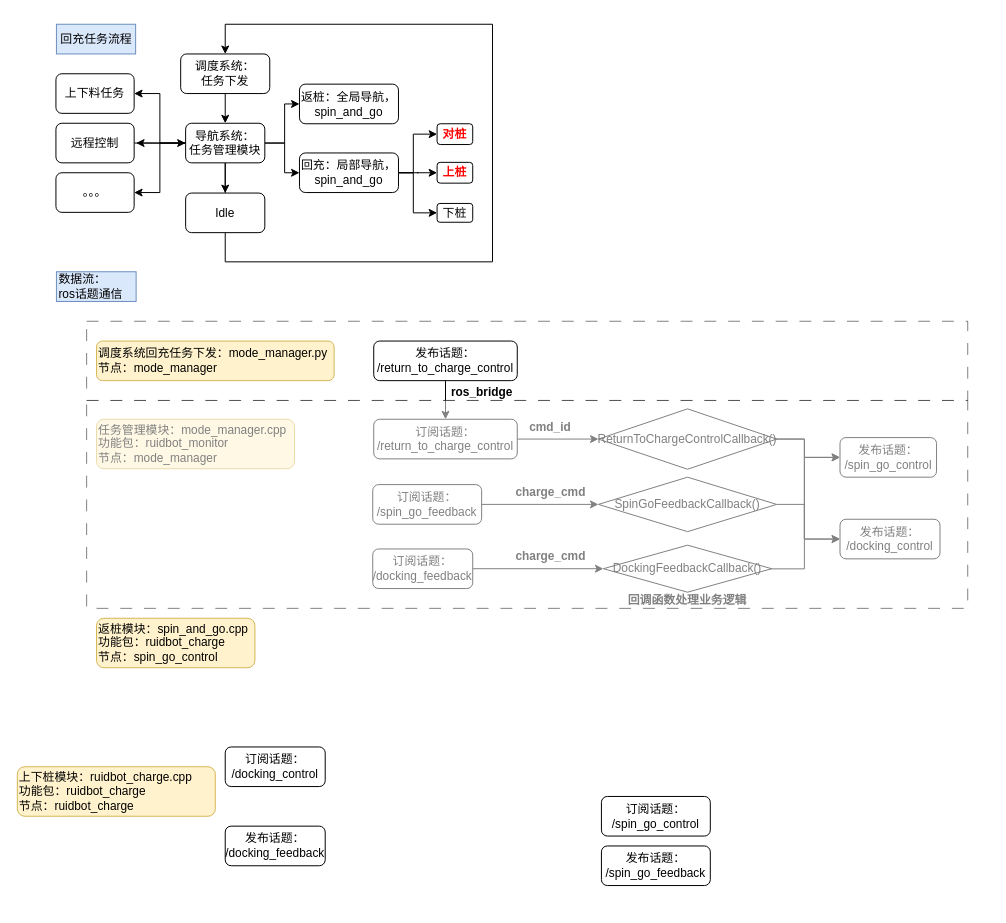
Before: 未命名绘图.drawio in hitytqsz/learngit, a draw.io diagram. Source tidied: cells renumbered, new cells numbered last; positions are measured from the earlier drawing's top-left corner, leaving out a move shared by most shapes. Both pictures are drawn from the tidied source at 99%, with x=0, y=0 at pixel (17, 24).
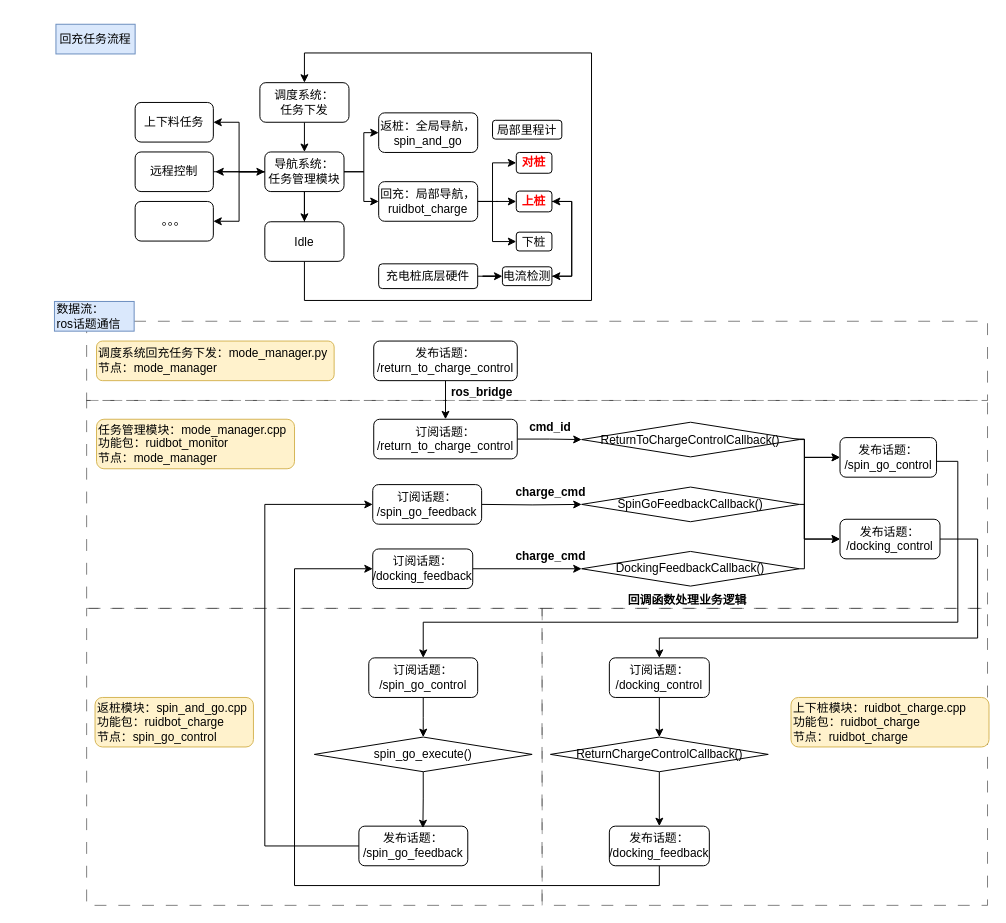
After the change.

The change refers to these unchanged cells:
```xml
<mxCell id="30" value="发布话题：&lt;div&gt;/spin_go_control&lt;/div&gt;" style="rounded=1;whiteSpace=wrap;html=1;fontSize=12;glass=0;strokeWidth=1;shadow=0;" parent="1" vertex="1">
  <mxGeometry x="831" y="417.5" width="97.5" height="40" as="geometry" />
</mxCell>
<mxCell id="32" value="发布话题：&lt;div&gt;/docking_control&lt;/div&gt;" style="rounded=1;whiteSpace=wrap;html=1;fontSize=12;glass=0;strokeWidth=1;shadow=0;" parent="1" vertex="1">
  <mxGeometry x="831" y="500" width="101" height="40" as="geometry" />
</mxCell>
<mxCell id="40" value="订阅话题：&lt;div&gt;/docking_feedback&lt;/div&gt;" style="rounded=1;whiteSpace=wrap;html=1;fontSize=12;glass=0;strokeWidth=1;shadow=0;" parent="1" vertex="1">
  <mxGeometry x="359" y="530" width="101" height="40" as="geometry" />
</mxCell>
<mxCell id="42" value="订阅话题：&lt;div&gt;/spin_go_feedback&lt;/div&gt;" style="rounded=1;whiteSpace=wrap;html=1;fontSize=12;glass=0;strokeWidth=1;shadow=0;" parent="1" vertex="1">
  <mxGeometry x="359" y="465" width="110" height="40" as="geometry" />
</mxCell>
```

What changed in the source:
```diff
@@
+    <mxCell id="59" style="rounded=0;whiteSpace=wrap;html=1;dashed=1;dashPattern=12 12;strokeWidth=1;perimeterSpacing=1;opacity=50;" parent="1" vertex="1">
+      <mxGeometry x="530" y="590" width="450" height="300" as="geometry" />
+    </mxCell>
+    <mxCell id="60" style="rounded=0;whiteSpace=wrap;html=1;dashed=1;dashPattern=12 12;strokeWidth=1;perimeterSpacing=1;opacity=50;" parent="1" vertex="1">
+      <mxGeometry x="70" y="590" width="460" height="300" as="geometry" />
+    </mxCell>
+    <mxCell id="58" style="rounded=0;whiteSpace=wrap;html=1;dashed=1;dashPattern=12 12;strokeWidth=1;perimeterSpacing=1;opacity=50;" parent="1" vertex="1">
+      <mxGeometry x="70" y="380" width="910" height="210" as="geometry" />
+    </mxCell>
     <mxCell id="2" style="rounded=0;whiteSpace=wrap;html=1;dashed=1;dashPattern=12 12;strokeWidth=1;perimeterSpacing=1;opacity=50;" parent="1" vertex="1">
-      <mxGeometry x="70" y="300" width="890" height="80" as="geometry" />
+      <mxGeometry x="70" y="300" width="910" height="80" as="geometry" />
     </mxCell>
     <mxCell id="3" style="edgeStyle=orthogonalEdgeStyle;rounded=0;jettySize=auto;html=1;entryX=0.5;entryY=0;entryDx=0;entryDy=0;" parent="1" edge="1" source="4">
       <mxGeometry relative="1" as="geometry">
-        <mxPoint x="210" y="100" as="targetPoint" />
+        <mxPoint x="290" y="129" as="targetPoint" />
       </mxGeometry>
     </mxCell>
     <mxCell id="4" value="调度系统：&lt;div&gt;任务下发&lt;/div&gt;" style="rounded=1;whiteSpace=wrap;html=1;fontSize=12;glass=0;strokeWidth=1;shadow=0;" parent="1" vertex="1">
-      <mxGeometry x="165" y="30" width="90" height="40" as="geometry" />
+      <mxGeometry x="245" y="59" width="90" height="40" as="geometry" />
     </mxCell>
@@
     <mxCell id="6" style="edgeStyle=orthogonalEdgeStyle;rounded=0;jettySize=auto;html=1;entryX=0.5;entryY=0;entryDx=0;entryDy=0;" parent="1" edge="1" target="9">
       <mxGeometry relative="1" as="geometry">
-        <mxPoint x="210" y="180" as="sourcePoint" />
+        <mxPoint x="290" y="209" as="sourcePoint" />
         <Array as="points">
-          <mxPoint x="210" y="140" />
-          <mxPoint x="210" y="140" />
+          <mxPoint x="290" y="169" />
+          <mxPoint x="290" y="169" />
         </Array>
       </mxGeometry>
     </mxCell>
     <mxCell id="7" value="返桩：全局导航，&lt;div&gt;spin_and_go&lt;/div&gt;" style="rounded=1;whiteSpace=wrap;html=1;fontSize=12;glass=0;strokeWidth=1;shadow=0;" parent="1" vertex="1">
-      <mxGeometry x="285" y="60.5" width="100" height="40" as="geometry" />
+      <mxGeometry x="365" y="89.5" width="100" height="40" as="geometry" />
     </mxCell>
     <mxCell id="8" style="edgeStyle=orthogonalEdgeStyle;rounded=0;jettySize=auto;html=1;entryX=0.5;entryY=0;entryDx=0;entryDy=0;" parent="1" edge="1" source="9" target="4">
       <mxGeometry relative="1" as="geometry">
         <Array as="points">
-          <mxPoint x="210" y="240" />
-          <mxPoint x="480" y="240" />
-          <mxPoint x="480" />
-          <mxPoint x="210" />
+          <mxPoint x="290" y="279" />
+          <mxPoint x="580" y="279" />
+          <mxPoint x="580" y="29" />
+          <mxPoint x="290" y="29" />
         </Array>
       </mxGeometry>
     </mxCell>
     <mxCell id="9" value="Idle" style="rounded=1;whiteSpace=wrap;html=1;fontSize=12;glass=0;strokeWidth=1;shadow=0;" parent="1" vertex="1">
-      <mxGeometry x="170" y="170.5" width="80" height="40" as="geometry" />
+      <mxGeometry x="250" y="199.5" width="80" height="40" as="geometry" />
     </mxCell>
+    <mxCell id="61" style="edgeStyle=orthogonalEdgeStyle;rounded=0;jettySize=auto;html=1;entryX=1;entryY=0.5;entryDx=0;entryDy=0;exitX=1;exitY=0.5;exitDx=0;exitDy=0;" parent="1" edge="1" source="12" target="69">
+      <mxGeometry relative="1" as="geometry">
+        <Array as="points">
+          <mxPoint x="560" y="179" />
+          <mxPoint x="560" y="255" />
+        </Array>
+      </mxGeometry>
+    </mxCell>
     <mxCell id="10" value="下桩" style="rounded=1;whiteSpace=wrap;html=1;fontSize=12;glass=0;strokeWidth=1;shadow=0;" parent="1" vertex="1">
-      <mxGeometry x="424" y="181" width="36" height="19" as="geometry" />
+      <mxGeometry x="504" y="210" width="36" height="19" as="geometry" />
     </mxCell>
     <mxCell id="11" value="&lt;b&gt;&lt;font color=&quot;#ff0000&quot;&gt;对桩&lt;/font&gt;&lt;/b&gt;" style="rounded=1;whiteSpace=wrap;html=1;fontSize=12;glass=0;strokeWidth=1;shadow=0;" parent="1" vertex="1">
-      <mxGeometry x="424" y="100.5" width="36" height="21" as="geometry" />
+      <mxGeometry x="504" y="129.5" width="36" height="21" as="geometry" />
     </mxCell>
     <mxCell id="12" value="&lt;font color=&quot;#ff0000&quot;&gt;&lt;b&gt;上桩&lt;/b&gt;&lt;/font&gt;" style="rounded=1;whiteSpace=wrap;html=1;fontSize=12;glass=0;strokeWidth=1;shadow=0;" parent="1" vertex="1">
-      <mxGeometry x="424" y="139.5" width="36" height="21" as="geometry" />
+      <mxGeometry x="504" y="168.5" width="36" height="21" as="geometry" />
     </mxCell>
@@
     <mxCell id="14" value="远程控制" style="rounded=1;whiteSpace=wrap;html=1;fontSize=12;glass=0;strokeWidth=1;shadow=0;" parent="1" vertex="1">
-      <mxGeometry x="39" y="100" width="79" height="40" as="geometry" />
+      <mxGeometry x="119" y="129" width="79" height="40" as="geometry" />
     </mxCell>
     <mxCell id="15" value="上下料任务" style="rounded=1;whiteSpace=wrap;html=1;fontSize=12;glass=0;strokeWidth=1;shadow=0;" parent="1" vertex="1">
-      <mxGeometry x="39" y="50" width="79" height="40" as="geometry" />
+      <mxGeometry x="119" y="79" width="79" height="40" as="geometry" />
     </mxCell>
@@
     <mxCell id="18" style="edgeStyle=orthogonalEdgeStyle;rounded=0;jettySize=auto;html=1;entryX=0;entryY=0.5;entryDx=0;entryDy=0;" parent="1" edge="1" source="20" target="11">
       <mxGeometry relative="1" as="geometry">
         <Array as="points">
-          <mxPoint x="400" y="150" />
-          <mxPoint x="400" y="111" />
+          <mxPoint x="480" y="179" />
+          <mxPoint x="480" y="140" />
         </Array>
       </mxGeometry>
     </mxCell>
     <mxCell id="19" style="edgeStyle=orthogonalEdgeStyle;rounded=0;jettySize=auto;html=1;entryX=0;entryY=0.5;entryDx=0;entryDy=0;" parent="1" edge="1" source="20" target="10">
       <mxGeometry relative="1" as="geometry">
         <Array as="points">
-          <mxPoint x="400" y="150" />
-          <mxPoint x="400" y="190" />
+          <mxPoint x="480" y="179" />
+          <mxPoint x="480" y="219" />
         </Array>
       </mxGeometry>
     </mxCell>
-    <mxCell id="20" value="回充：局部导航，&lt;div&gt;spin_and_go&lt;/div&gt;" style="rounded=1;whiteSpace=wrap;html=1;fontSize=12;glass=0;strokeWidth=1;shadow=0;" parent="1" vertex="1">
-      <mxGeometry x="285" y="130" width="100" height="40" as="geometry" />
+    <mxCell id="20" value="回充：局部导航，&lt;div&gt;ruidbot_charge&lt;/div&gt;" style="rounded=1;whiteSpace=wrap;html=1;fontSize=12;glass=0;strokeWidth=1;shadow=0;" parent="1" vertex="1">
+      <mxGeometry x="365" y="159" width="100" height="40" as="geometry" />
     </mxCell>
     <mxCell id="21" value="。。。" style="rounded=1;whiteSpace=wrap;html=1;fontSize=12;glass=0;strokeWidth=1;shadow=0;" parent="1" vertex="1">
-      <mxGeometry x="39" y="150" width="79" height="40" as="geometry" />
+      <mxGeometry x="119" y="179" width="79" height="40" as="geometry" />
     </mxCell>
     <mxCell id="22" value="回充任务流程" style="rounded=0;whiteSpace=wrap;html=1;fillColor=#dae8fc;strokeColor=#6c8ebf;" parent="1" vertex="1">
-      <mxGeometry x="39.5" width="80" height="30" as="geometry" />
+      <mxGeometry x="39" width="80" height="30" as="geometry" />
     </mxCell>
     <mxCell id="23" value="数据流：&lt;div&gt;ros话题通信&lt;/div&gt;" style="rounded=0;whiteSpace=wrap;html=1;fillColor=#dae8fc;strokeColor=#6c8ebf;align=left;" parent="1" vertex="1">
-      <mxGeometry x="39.5" y="250" width="80.5" height="30" as="geometry" />
+      <mxGeometry x="37.5" y="280" width="80.5" height="30" as="geometry" />
     </mxCell>
     <mxCell id="24" style="edgeStyle=orthogonalEdgeStyle;rounded=0;jettySize=auto;html=1;entryX=0;entryY=0.5;entryDx=0;entryDy=0;" parent="1" edge="1" source="27" target="7">
       <mxGeometry relative="1" as="geometry">
         <Array as="points">
-          <mxPoint x="270" y="120" />
-          <mxPoint x="270" y="81" />
+          <mxPoint x="350" y="149" />
+          <mxPoint x="350" y="110" />
         </Array>
       </mxGeometry>
     </mxCell>
     <mxCell id="25" style="edgeStyle=orthogonalEdgeStyle;rounded=0;jettySize=auto;html=1;" parent="1" edge="1" source="27">
       <mxGeometry relative="1" as="geometry">
-        <mxPoint x="120" y="120" as="targetPoint" />
+        <mxPoint x="200" y="149" as="targetPoint" />
       </mxGeometry>
     </mxCell>
@@
     <mxCell id="27" value="导航系统：&lt;div&gt;任务管理模块&lt;/div&gt;" style="rounded=1;whiteSpace=wrap;html=1;fontSize=12;glass=0;strokeWidth=1;shadow=0;" parent="1" vertex="1">
-      <mxGeometry x="170" y="100" width="80" height="40" as="geometry" />
+      <mxGeometry x="250" y="129" width="80" height="40" as="geometry" />
     </mxCell>
@@
+    <mxCell id="62" style="edgeStyle=orthogonalEdgeStyle;rounded=0;jettySize=auto;html=1;entryX=0.5;entryY=0;entryDx=0;entryDy=0;" parent="1" edge="1" target="34">
+      <mxGeometry relative="1" as="geometry">
+        <mxPoint x="928.5" y="441.5" as="sourcePoint" />
+        <Array as="points">
+          <mxPoint x="950" y="442" />
+          <mxPoint x="950" y="604" />
+          <mxPoint x="410" y="604" />
+        </Array>
+      </mxGeometry>
+    </mxCell>
@@
+    <mxCell id="63" style="edgeStyle=orthogonalEdgeStyle;rounded=0;jettySize=auto;html=1;entryX=0.5;entryY=0;entryDx=0;entryDy=0;" parent="1" edge="1" source="32" target="35">
+      <mxGeometry relative="1" as="geometry">
+        <Array as="points">
+          <mxPoint x="970" y="520" />
+          <mxPoint x="970" y="620" />
+          <mxPoint x="649" y="620" />
+        </Array>
+      </mxGeometry>
+    </mxCell>
@@
     <mxCell id="33" value="&lt;div&gt;返桩模块：spin_and_go.cpp&lt;/div&gt;&lt;div&gt;功能包：ruidbot_charge&lt;/div&gt;节点：spin_go_control" style="rounded=1;whiteSpace=wrap;html=1;fontSize=12;glass=0;strokeWidth=1;shadow=0;align=left;fillColor=#fff2cc;strokeColor=#d6b656;" parent="1" vertex="1">
-      <mxGeometry x="80" y="600" width="160" height="50" as="geometry" />
+      <mxGeometry x="78.5" y="680" width="160" height="50" as="geometry" />
     </mxCell>
+    <mxCell id="64" style="edgeStyle=orthogonalEdgeStyle;rounded=0;jettySize=auto;html=1;entryX=0.5;entryY=0;entryDx=0;entryDy=0;" parent="1" edge="1" source="34">
+      <mxGeometry relative="1" as="geometry">
+        <mxPoint x="410" y="720" as="targetPoint" />
+      </mxGeometry>
+    </mxCell>
     <mxCell id="34" value="订阅话题：&lt;div&gt;/spin_go_control&lt;/div&gt;" style="rounded=1;whiteSpace=wrap;html=1;fontSize=12;glass=0;strokeWidth=1;shadow=0;" parent="1" vertex="1">
-      <mxGeometry x="590" y="780" width="110" height="40" as="geometry" />
+      <mxGeometry x="355" y="640" width="110" height="40" as="geometry" />
     </mxCell>
+    <mxCell id="65" style="edgeStyle=orthogonalEdgeStyle;rounded=0;jettySize=auto;html=1;entryX=0.5;entryY=0;entryDx=0;entryDy=0;" parent="1" edge="1" source="35" target="75">
+      <mxGeometry relative="1" as="geometry" />
+    </mxCell>
     <mxCell id="35" value="订阅话题：&lt;div&gt;/docking_control&lt;/div&gt;" style="rounded=1;whiteSpace=wrap;html=1;fontSize=12;glass=0;strokeWidth=1;shadow=0;" parent="1" vertex="1">
-      <mxGeometry x="210" y="730" width="101" height="40" as="geometry" />
+      <mxGeometry x="598" y="640" width="101" height="40" as="geometry" />
     </mxCell>
+    <mxCell id="66" style="edgeStyle=orthogonalEdgeStyle;rounded=0;jettySize=auto;html=1;entryX=0;entryY=0.5;entryDx=0;entryDy=0;" parent="1" edge="1" source="36" target="42">
+      <mxGeometry relative="1" as="geometry">
+        <Array as="points">
+          <mxPoint x="250" y="830" />
+          <mxPoint x="250" y="485" />
+        </Array>
+      </mxGeometry>
+    </mxCell>
     <mxCell id="36" value="发布话题：&lt;div&gt;/spin_go_feedback&lt;/div&gt;" style="rounded=1;whiteSpace=wrap;html=1;fontSize=12;glass=0;strokeWidth=1;shadow=0;" parent="1" vertex="1">
-      <mxGeometry x="590" y="830" width="110" height="40" as="geometry" />
+      <mxGeometry x="345" y="810" width="110" height="40" as="geometry" />
     </mxCell>
     <mxCell id="37" value="&lt;div&gt;上下桩模块：ruidbot_charge.cpp&lt;/div&gt;&lt;div&gt;功能包：ruidbot_charge&lt;/div&gt;节点：ruidbot_charge" style="rounded=1;whiteSpace=wrap;html=1;fontSize=12;glass=0;strokeWidth=1;shadow=0;align=left;fillColor=#fff2cc;strokeColor=#d6b656;" parent="1" vertex="1">
-      <mxGeometry y="750" width="200" height="50" as="geometry" />
+      <mxGeometry x="781.5" y="680" width="200" height="50" as="geometry" />
     </mxCell>
+    <mxCell id="67" style="edgeStyle=orthogonalEdgeStyle;rounded=0;jettySize=auto;html=1;entryX=0;entryY=0.5;entryDx=0;entryDy=0;exitX=0.5;exitY=1;exitDx=0;exitDy=0;" parent="1" edge="1" source="38" target="40">
+      <mxGeometry relative="1" as="geometry">
+        <Array as="points">
+          <mxPoint x="649" y="870" />
+          <mxPoint x="280" y="870" />
+          <mxPoint x="280" y="550" />
+        </Array>
+      </mxGeometry>
+    </mxCell>
     <mxCell id="38" value="发布话题：&lt;div&gt;/docking_feedback&lt;/div&gt;" style="rounded=1;whiteSpace=wrap;html=1;fontSize=12;glass=0;strokeWidth=1;shadow=0;" parent="1" vertex="1">
-      <mxGeometry x="210" y="810" width="101" height="40" as="geometry" />
+      <mxGeometry x="598" y="810" width="101" height="40" as="geometry" />
     </mxCell>
@@
-    <mxCell id="41" style="edgeStyle=orthogonalEdgeStyle;rounded=0;jettySize=auto;html=1;entryX=0;entryY=0.5;entryDx=0;entryDy=0;" parent="1" edge="1" source="42" target="54">
-      <mxGeometry relative="1" as="geometry" />
+    <mxCell id="41" style="edgeStyle=orthogonalEdgeStyle;rounded=0;jettySize=auto;html=1;entryX=0;entryY=0.5;entryDx=0;entryDy=0;" parent="1" edge="1" target="54">
+      <mxGeometry relative="1" as="geometry">
+        <mxPoint x="469" y="485" as="sourcePoint" />
+      </mxGeometry>
     </mxCell>
@@
-    <mxCell id="51" style="edgeStyle=orthogonalEdgeStyle;rounded=0;jettySize=auto;html=1;entryX=0;entryY=0.5;entryDx=0;entryDy=0;" parent="1" edge="1" target="32">
+    <mxCell id="51" style="edgeStyle=orthogonalEdgeStyle;rounded=0;jettySize=auto;html=1;entryX=0;entryY=0.5;entryDx=0;entryDy=0;exitX=1;exitY=0.5;exitDx=0;exitDy=0;" parent="1" edge="1" source="52" target="32">
       <mxGeometry relative="1" as="geometry">
-        <mxPoint x="762" y="419" as="sourcePoint" />
         <Array as="points">
-          <mxPoint x="795" y="419" />
+          <mxPoint x="795" y="420" />
           <mxPoint x="795" y="520" />
         </Array>
       </mxGeometry>
     </mxCell>
     <mxCell id="52" value="&lt;div&gt;&lt;span style=&quot;text-align: left;&quot;&gt;ReturnToChargeControlCallback()&lt;/span&gt;&lt;/div&gt;" style="rhombus;whiteSpace=wrap;html=1;" parent="1" vertex="1">
-      <mxGeometry x="587" y="388.5" width="180" height="61" as="geometry" />
+      <mxGeometry x="570" y="402" width="220" height="35" as="geometry" />
     </mxCell>
-    <mxCell id="53" style="edgeStyle=orthogonalEdgeStyle;rounded=0;jettySize=auto;html=1;entryX=0;entryY=0.5;entryDx=0;entryDy=0;" parent="1" edge="1" source="54" target="32">
+    <mxCell id="53" style="edgeStyle=orthogonalEdgeStyle;rounded=0;jettySize=auto;html=1;entryX=0;entryY=0.5;entryDx=0;entryDy=0;exitX=1;exitY=0.5;exitDx=0;exitDy=0;" parent="1" edge="1" source="54" target="32">
       <mxGeometry relative="1" as="geometry">
         <Array as="points">
           <mxPoint x="795" y="485" />
           <mxPoint x="795" y="520" />
         </Array>
       </mxGeometry>
     </mxCell>
+    <mxCell id="55" style="edgeStyle=orthogonalEdgeStyle;rounded=0;jettySize=auto;html=1;entryX=0;entryY=0.5;entryDx=0;entryDy=0;exitX=1;exitY=0.5;exitDx=0;exitDy=0;" parent="1" edge="1" source="56" target="30">
+      <mxGeometry relative="1" as="geometry">
+        <Array as="points">
+          <mxPoint x="795" y="550" />
+          <mxPoint x="795" y="438" />
+        </Array>
+      </mxGeometry>
+    </mxCell>
+    <mxCell id="57" value="&lt;b&gt;回调函数处理业务逻辑&lt;/b&gt;" style="text;strokeColor=none;align=center;fillColor=none;html=1;verticalAlign=middle;whiteSpace=wrap;rounded=0;" parent="1" vertex="1">
+      <mxGeometry x="615.2" y="574" width="123.5" height="16" as="geometry" />
+    </mxCell>
+    <mxCell id="68" style="edgeStyle=orthogonalEdgeStyle;rounded=0;jettySize=auto;html=1;entryX=1;entryY=0.5;entryDx=0;entryDy=0;" parent="1" edge="1" source="69" target="12">
+      <mxGeometry relative="1" as="geometry">
+        <Array as="points">
+          <mxPoint x="560" y="254.5" />
+          <mxPoint x="560" y="179" />
+        </Array>
+      </mxGeometry>
+    </mxCell>
+    <mxCell id="69" value="电流检测" style="rounded=1;whiteSpace=wrap;html=1;fontSize=12;glass=0;strokeWidth=1;shadow=0;" parent="1" vertex="1">
+      <mxGeometry x="490" y="245" width="50" height="19" as="geometry" />
+    </mxCell>
+    <mxCell id="70" style="edgeStyle=orthogonalEdgeStyle;rounded=0;jettySize=auto;html=1;entryX=0;entryY=0.5;entryDx=0;entryDy=0;" parent="1" edge="1" source="71" target="69">
+      <mxGeometry relative="1" as="geometry" />
+    </mxCell>
+    <mxCell id="71" value="充电桩底层硬件" style="rounded=1;whiteSpace=wrap;html=1;fontSize=12;glass=0;strokeWidth=1;shadow=0;" parent="1" vertex="1">
+      <mxGeometry x="365" y="242" width="100" height="25" as="geometry" />
+    </mxCell>
+    <mxCell id="72" value="局部里程计" style="rounded=1;whiteSpace=wrap;html=1;fontSize=12;glass=0;strokeWidth=1;shadow=0;" parent="1" vertex="1">
+      <mxGeometry x="480" y="97" width="70" height="19" as="geometry" />
+    </mxCell>
+    <mxCell id="73" style="edgeStyle=orthogonalEdgeStyle;rounded=0;jettySize=auto;html=1;entryX=0.588;entryY=0.05;entryDx=0;entryDy=0;entryPerimeter=0;exitX=0.5;exitY=1;exitDx=0;exitDy=0;" parent="1" edge="1" source="76" target="36">
+      <mxGeometry relative="1" as="geometry" />
+    </mxCell>
+    <mxCell id="74" style="edgeStyle=orthogonalEdgeStyle;rounded=0;jettySize=auto;html=1;entryX=0.5;entryY=0;entryDx=0;entryDy=0;exitX=0.5;exitY=1;exitDx=0;exitDy=0;" parent="1" edge="1" source="75" target="38">
+      <mxGeometry relative="1" as="geometry" />
+    </mxCell>
-    <mxCell id="54" value="&lt;span style=&quot;text-align: left; background-color: initial;&quot;&gt;SpinGoFeedbackCallback()&lt;/span&gt;" style="rhombus;whiteSpace=wrap;html=1;" parent="1" vertex="1">
-      <mxGeometry x="587" y="457.5" width="180" height="55" as="geometry" />
+    <mxCell id="54" value="&lt;span style=&quot;text-align: left;&quot;&gt;SpinGoFeedbackCallback()&lt;/span&gt;" style="rhombus;whiteSpace=wrap;html=1;" parent="1" vertex="1">
+      <mxGeometry x="570" y="467.5" width="220" height="35" as="geometry" />
     </mxCell>
-    <mxCell id="55" style="edgeStyle=orthogonalEdgeStyle;rounded=0;jettySize=auto;html=1;entryX=0;entryY=0.5;entryDx=0;entryDy=0;" parent="1" edge="1" target="30">
-      <mxGeometry relative="1" as="geometry">
-        <mxPoint x="759.6" y="550.1" as="sourcePoint" />
-        <Array as="points">
-          <mxPoint x="795" y="550" />
-          <mxPoint x="795" y="438" />
-        </Array>
-      </mxGeometry>
-    </mxCell>
-    <mxCell id="56" value="&lt;span style=&quot;text-align: left; background-color: initial;&quot;&gt;DockingFeedbackCallback()&lt;/span&gt;" style="rhombus;whiteSpace=wrap;html=1;" parent="1" vertex="1">
-      <mxGeometry x="592" y="526.2" width="170" height="47.5" as="geometry" />
+    <mxCell id="56" value="&lt;span style=&quot;text-align: left;&quot;&gt;DockingFeedbackCallback()&lt;/span&gt;" style="rhombus;whiteSpace=wrap;html=1;" parent="1" vertex="1">
+      <mxGeometry x="570" y="532.5" width="220" height="35" as="geometry" />
     </mxCell>
-    <mxCell id="57" value="&lt;b&gt;回调函数处理业务逻辑&lt;/b&gt;" style="text;strokeColor=none;align=center;fillColor=none;html=1;verticalAlign=middle;whiteSpace=wrap;rounded=0;" parent="1" vertex="1">
-      <mxGeometry x="615.2" y="574" width="123.5" height="16" as="geometry" />
-    </mxCell>
-    <mxCell id="58" style="rounded=0;whiteSpace=wrap;html=1;dashed=1;dashPattern=12 12;strokeWidth=1;perimeterSpacing=1;opacity=50;" parent="1" vertex="1">
-      <mxGeometry x="70" y="380" width="890" height="210" as="geometry" />
-    </mxCell>
+    <mxCell id="75" value="&lt;span style=&quot;text-align: left;&quot;&gt;ReturnChargeControlCallback()&lt;/span&gt;" style="rhombus;whiteSpace=wrap;html=1;" parent="1" vertex="1">
+      <mxGeometry x="538.5" y="720" width="220" height="35" as="geometry" />
+    </mxCell>
+    <mxCell id="76" value="&lt;span style=&quot;text-align: left;&quot;&gt;spin_go_execute()&lt;/span&gt;" style="rhombus;whiteSpace=wrap;html=1;" parent="1" vertex="1">
+      <mxGeometry x="300" y="720" width="220" height="35" as="geometry" />
+    </mxCell>
```
